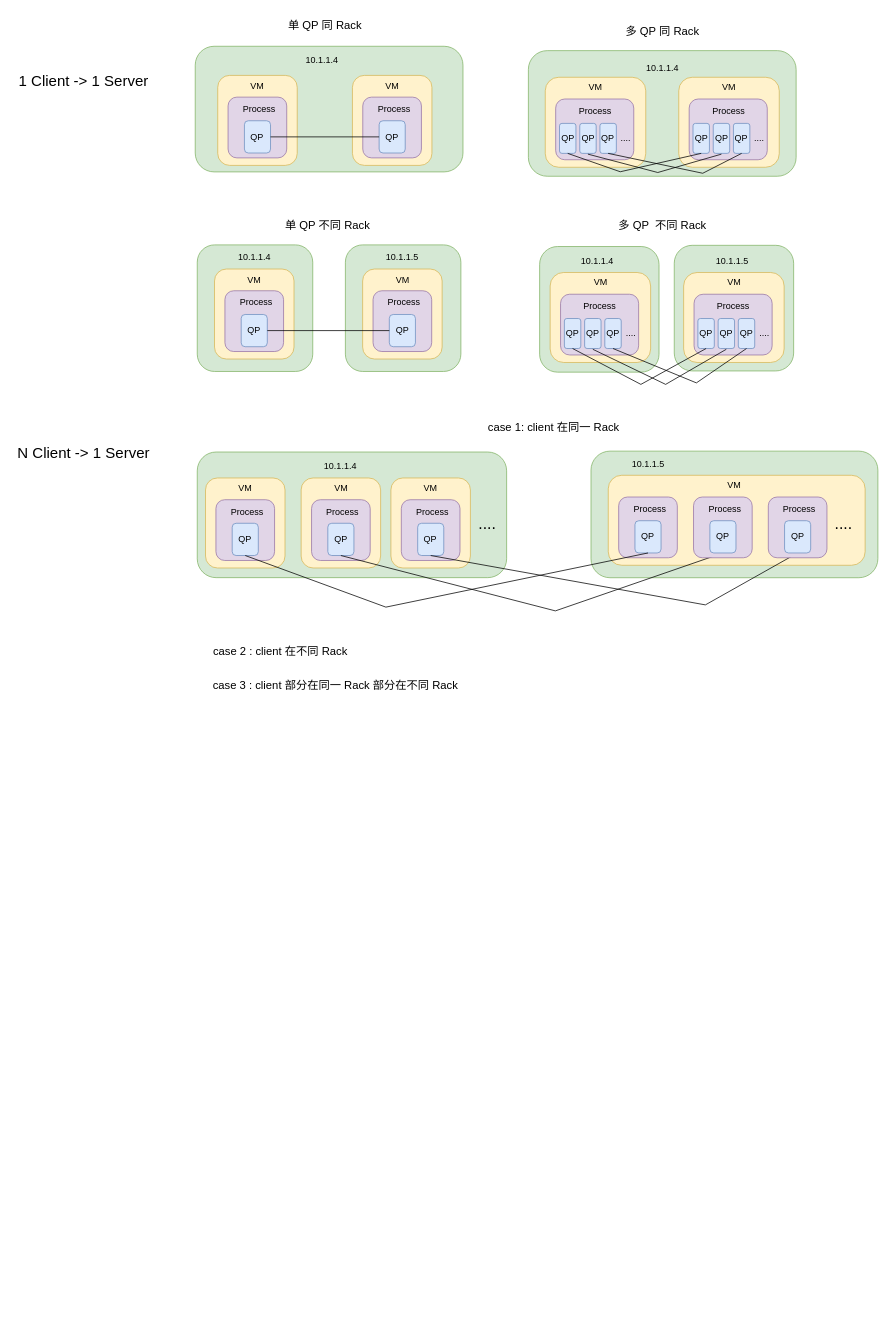
This is topo.drawio from should4/TCU-AutoTest, a draw.io file, before an edit. Source tidied: cells renumbered, new cells numbered last; positions are measured from the earlier drawing's top-left corner, leaving out a move shared by most shapes. Both pictures are drawn from the tidied source at 75%, with x=0, y=0 at pixel (13, 13).
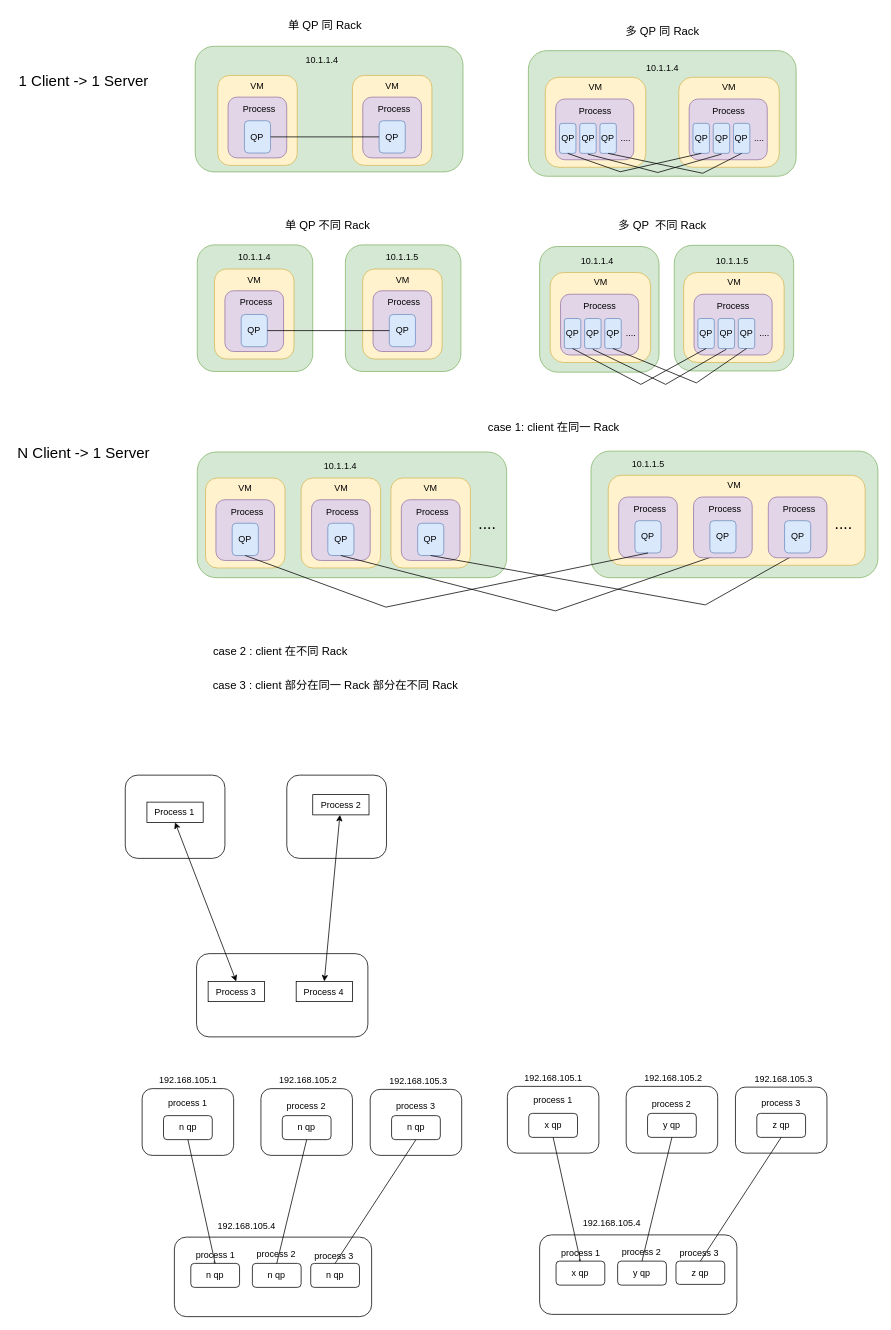
After the change.

The edit, as a diff of the source:
```diff
@@
-<mxGraphModel background="#ffffff">
+<mxGraphModel background="#FFFFFF">
@@
+    <mxCell id="122" style="rounded=1;whiteSpace=wrap;html=1;" parent="1" vertex="1">
+      <mxGeometry x="149.5" y="1016" width="132.9" height="111" as="geometry" />
+    </mxCell>
+    <mxCell id="123" style="rounded=1;whiteSpace=wrap;html=1;" parent="1" vertex="1">
+      <mxGeometry x="364.9" y="1016" width="132.9" height="111" as="geometry" />
+    </mxCell>
+    <mxCell id="124" style="rounded=1;whiteSpace=wrap;html=1;" parent="1" vertex="1">
+      <mxGeometry x="244.6" y="1254" width="228.4" height="111" as="geometry" />
+    </mxCell>
+    <mxCell id="125" value="Process 1" style="rounded=0;whiteSpace=wrap;html=1;" parent="1" vertex="1">
+      <mxGeometry x="178.4" y="1052" width="75" height="27" as="geometry" />
+    </mxCell>
+    <mxCell id="126" value="Process 3" style="rounded=0;whiteSpace=wrap;html=1;" parent="1" vertex="1">
+      <mxGeometry x="260" y="1291" width="75" height="27" as="geometry" />
+    </mxCell>
+    <mxCell id="127" value="Process 2" style="rounded=0;whiteSpace=wrap;html=1;" parent="1" vertex="1">
+      <mxGeometry x="399.5" y="1042" width="75" height="27" as="geometry" />
+    </mxCell>
+    <mxCell id="128" value="Process 4" style="rounded=0;whiteSpace=wrap;html=1;" parent="1" vertex="1">
+      <mxGeometry x="377.4" y="1291" width="75" height="27" as="geometry" />
+    </mxCell>
+    <mxCell id="129" style="endArrow=classic;startArrow=classic;html=1;rounded=0;entryX=0.5;entryY=1;entryDx=0;entryDy=0;exitX=0.5;exitY=0;exitDx=0;exitDy=0;" parent="1" edge="1" source="126" target="125">
+      <mxGeometry relative="1" as="geometry" />
+    </mxCell>
+    <mxCell id="130" style="endArrow=classic;startArrow=classic;html=1;rounded=0;exitX=0.5;exitY=0;exitDx=0;exitDy=0;" parent="1" edge="1" source="128" target="127">
+      <mxGeometry relative="1" as="geometry" />
+    </mxCell>
+    <mxCell id="131" style="rounded=1;whiteSpace=wrap;html=1;" parent="1" vertex="1">
+      <mxGeometry x="172" y="1434" width="122" height="89" as="geometry" />
+    </mxCell>
+    <mxCell id="132" style="rounded=1;whiteSpace=wrap;html=1;" parent="1" vertex="1">
+      <mxGeometry x="215" y="1632" width="263" height="106" as="geometry" />
+    </mxCell>
+    <mxCell id="133" value="n qp" style="rounded=1;whiteSpace=wrap;html=1;" parent="1" vertex="1">
+      <mxGeometry x="200.5" y="1470" width="65" height="32" as="geometry" />
+    </mxCell>
+    <mxCell id="134" value="n qp" style="rounded=1;whiteSpace=wrap;html=1;" parent="1" vertex="1">
+      <mxGeometry x="236.9" y="1667" width="65" height="32" as="geometry" />
+    </mxCell>
+    <mxCell id="135" style="rounded=1;whiteSpace=wrap;html=1;" parent="1" vertex="1">
+      <mxGeometry x="330.4" y="1434" width="122" height="89" as="geometry" />
+    </mxCell>
+    <mxCell id="136" value="n qp" style="rounded=1;whiteSpace=wrap;html=1;" parent="1" vertex="1">
+      <mxGeometry x="358.9" y="1470" width="65" height="32" as="geometry" />
+    </mxCell>
+    <mxCell id="137" value="n qp" style="rounded=1;whiteSpace=wrap;html=1;" parent="1" vertex="1">
+      <mxGeometry x="319" y="1667" width="65" height="32" as="geometry" />
+    </mxCell>
+    <mxCell id="138" value="n qp" style="rounded=1;whiteSpace=wrap;html=1;" parent="1" vertex="1">
+      <mxGeometry x="396.8" y="1667" width="65" height="32" as="geometry" />
+    </mxCell>
+    <mxCell id="139" style="rounded=1;whiteSpace=wrap;html=1;" parent="1" vertex="1">
+      <mxGeometry x="476.1" y="1435" width="122" height="88" as="geometry" />
+    </mxCell>
+    <mxCell id="140" value="n qp" style="rounded=1;whiteSpace=wrap;html=1;" parent="1" vertex="1">
+      <mxGeometry x="504.6" y="1470" width="65" height="32" as="geometry" />
+    </mxCell>
+    <mxCell id="141" style="endArrow=none;html=1;rounded=0;entryX=0.5;entryY=1;entryDx=0;entryDy=0;exitX=0.5;exitY=0;exitDx=0;exitDy=0;" parent="1" edge="1" source="137" target="136">
+      <mxGeometry relative="1" as="geometry" />
+    </mxCell>
+    <mxCell id="142" style="endArrow=none;html=1;rounded=0;entryX=0.5;entryY=1;entryDx=0;entryDy=0;exitX=0.5;exitY=0;exitDx=0;exitDy=0;" parent="1" edge="1" source="138" target="140">
+      <mxGeometry relative="1" as="geometry" />
+    </mxCell>
+    <mxCell id="143" value="process 1" style="text;strokeColor=none;align=center;fillColor=none;html=1;verticalAlign=middle;whiteSpace=wrap;rounded=0;" parent="1" vertex="1">
+      <mxGeometry x="199.2" y="1443" width="67.5" height="19" as="geometry" />
+    </mxCell>
+    <mxCell id="144" value="process 2" style="text;strokeColor=none;align=center;fillColor=none;html=1;verticalAlign=middle;whiteSpace=wrap;rounded=0;" parent="1" vertex="1">
+      <mxGeometry x="362.6" y="1448" width="55.5" height="19" as="geometry" />
+    </mxCell>
+    <mxCell id="145" value="process 3" style="text;strokeColor=none;align=center;fillColor=none;html=1;verticalAlign=middle;whiteSpace=wrap;rounded=0;" parent="1" vertex="1">
+      <mxGeometry x="509.4" y="1447" width="55.5" height="19" as="geometry" />
+    </mxCell>
+    <mxCell id="146" value="process 2" style="text;strokeColor=none;align=center;fillColor=none;html=1;verticalAlign=middle;whiteSpace=wrap;rounded=0;" parent="1" vertex="1">
+      <mxGeometry x="316.5" y="1645" width="67.5" height="19" as="geometry" />
+    </mxCell>
+    <mxCell id="147" value="process 3" style="text;strokeColor=none;align=center;fillColor=none;html=1;verticalAlign=middle;whiteSpace=wrap;rounded=0;" parent="1" vertex="1">
+      <mxGeometry x="394.3" y="1647" width="67.5" height="19" as="geometry" />
+    </mxCell>
+    <mxCell id="148" value="192.168.105.2" style="text;strokeColor=none;align=center;fillColor=none;html=1;verticalAlign=middle;whiteSpace=wrap;rounded=0;" parent="1" vertex="1">
+      <mxGeometry x="350.9" y="1411" width="84.9" height="23" as="geometry" />
+    </mxCell>
+    <mxCell id="149" value="192.168.105.1" style="text;strokeColor=none;align=center;fillColor=none;html=1;verticalAlign=middle;whiteSpace=wrap;rounded=0;" parent="1" vertex="1">
+      <mxGeometry x="190.5" y="1411" width="84.9" height="23" as="geometry" />
+    </mxCell>
+    <mxCell id="150" value="192.168.105.3" style="text;strokeColor=none;align=center;fillColor=none;html=1;verticalAlign=middle;whiteSpace=wrap;rounded=0;" parent="1" vertex="1">
+      <mxGeometry x="497.8" y="1412" width="84.9" height="23" as="geometry" />
+    </mxCell>
+    <mxCell id="151" value="192.168.105.4" style="text;strokeColor=none;align=center;fillColor=none;html=1;verticalAlign=middle;whiteSpace=wrap;rounded=0;" parent="1" vertex="1">
+      <mxGeometry x="268.5" y="1605" width="84.9" height="23" as="geometry" />
+    </mxCell>
+    <mxCell id="152" style="endArrow=none;html=1;rounded=0;entryX=0.5;entryY=1;entryDx=0;entryDy=0;" parent="1" edge="1" source="134">
+      <mxGeometry relative="1" as="geometry">
+        <mxPoint x="268.1" y="1664" as="targetPoint" />
+      </mxGeometry>
+    </mxCell>
+    <mxCell id="153" style="endArrow=none;html=1;rounded=0;entryX=0.5;entryY=1;entryDx=0;entryDy=0;exitX=0.5;exitY=0;exitDx=0;exitDy=0;" parent="1" edge="1" source="134" target="133">
+      <mxGeometry relative="1" as="geometry" />
+    </mxCell>
+    <mxCell id="154" value="process 1" style="text;strokeColor=none;align=center;fillColor=none;html=1;verticalAlign=middle;whiteSpace=wrap;rounded=0;" parent="1" vertex="1">
+      <mxGeometry x="236.1" y="1646" width="67.5" height="19" as="geometry" />
+    </mxCell>
+    <mxCell id="155" style="rounded=1;whiteSpace=wrap;html=1;" parent="1" vertex="1">
+      <mxGeometry x="659" y="1431" width="122" height="89" as="geometry" />
+    </mxCell>
+    <mxCell id="156" style="rounded=1;whiteSpace=wrap;html=1;" parent="1" vertex="1">
+      <mxGeometry x="702" y="1629" width="263" height="106" as="geometry" />
+    </mxCell>
+    <mxCell id="157" value="x qp" style="rounded=1;whiteSpace=wrap;html=1;" parent="1" vertex="1">
+      <mxGeometry x="687.5" y="1467" width="65" height="32" as="geometry" />
+    </mxCell>
+    <mxCell id="158" value="x qp" style="rounded=1;whiteSpace=wrap;html=1;" parent="1" vertex="1">
+      <mxGeometry x="723.9" y="1664" width="65" height="32" as="geometry" />
+    </mxCell>
+    <mxCell id="159" style="rounded=1;whiteSpace=wrap;html=1;" parent="1" vertex="1">
+      <mxGeometry x="817.4" y="1431" width="122" height="89" as="geometry" />
+    </mxCell>
+    <mxCell id="160" value="y qp" style="rounded=1;whiteSpace=wrap;html=1;" parent="1" vertex="1">
+      <mxGeometry x="845.9" y="1467" width="65" height="32" as="geometry" />
+    </mxCell>
+    <mxCell id="161" value="y qp" style="rounded=1;whiteSpace=wrap;html=1;" parent="1" vertex="1">
+      <mxGeometry x="806" y="1664" width="65" height="32" as="geometry" />
+    </mxCell>
+    <mxCell id="162" value="z qp" style="rounded=1;whiteSpace=wrap;html=1;" parent="1" vertex="1">
+      <mxGeometry x="883.8" y="1664" width="65" height="31" as="geometry" />
+    </mxCell>
+    <mxCell id="163" style="rounded=1;whiteSpace=wrap;html=1;" parent="1" vertex="1">
+      <mxGeometry x="963.1" y="1432" width="122" height="88" as="geometry" />
+    </mxCell>
+    <mxCell id="164" value="z qp" style="rounded=1;whiteSpace=wrap;html=1;" parent="1" vertex="1">
+      <mxGeometry x="991.6" y="1467" width="65" height="32" as="geometry" />
+    </mxCell>
+    <mxCell id="165" style="endArrow=none;html=1;rounded=0;entryX=0.5;entryY=1;entryDx=0;entryDy=0;exitX=0.5;exitY=0;exitDx=0;exitDy=0;" parent="1" edge="1" source="161" target="160">
+      <mxGeometry relative="1" as="geometry" />
+    </mxCell>
+    <mxCell id="166" style="endArrow=none;html=1;rounded=0;entryX=0.5;entryY=1;entryDx=0;entryDy=0;exitX=0.5;exitY=0;exitDx=0;exitDy=0;" parent="1" edge="1" source="162" target="164">
+      <mxGeometry relative="1" as="geometry" />
+    </mxCell>
+    <mxCell id="167" value="process 1" style="text;strokeColor=none;align=center;fillColor=none;html=1;verticalAlign=middle;whiteSpace=wrap;rounded=0;" parent="1" vertex="1">
+      <mxGeometry x="686.2" y="1440" width="67.5" height="19" as="geometry" />
+    </mxCell>
+    <mxCell id="168" value="process 2" style="text;strokeColor=none;align=center;fillColor=none;html=1;verticalAlign=middle;whiteSpace=wrap;rounded=0;" parent="1" vertex="1">
+      <mxGeometry x="849.6" y="1445" width="55.5" height="19" as="geometry" />
+    </mxCell>
+    <mxCell id="169" value="process 3" style="text;strokeColor=none;align=center;fillColor=none;html=1;verticalAlign=middle;whiteSpace=wrap;rounded=0;" parent="1" vertex="1">
+      <mxGeometry x="996.4" y="1444" width="55.5" height="19" as="geometry" />
+    </mxCell>
+    <mxCell id="170" value="process 2" style="text;strokeColor=none;align=center;fillColor=none;html=1;verticalAlign=middle;whiteSpace=wrap;rounded=0;" parent="1" vertex="1">
+      <mxGeometry x="803.5" y="1642" width="67.5" height="19" as="geometry" />
+    </mxCell>
+    <mxCell id="171" value="process 3" style="text;strokeColor=none;align=center;fillColor=none;html=1;verticalAlign=middle;whiteSpace=wrap;rounded=0;" parent="1" vertex="1">
+      <mxGeometry x="881.3" y="1644" width="67.5" height="19" as="geometry" />
+    </mxCell>
+    <mxCell id="172" value="192.168.105.2" style="text;strokeColor=none;align=center;fillColor=none;html=1;verticalAlign=middle;whiteSpace=wrap;rounded=0;" parent="1" vertex="1">
+      <mxGeometry x="837.9" y="1408" width="84.9" height="23" as="geometry" />
+    </mxCell>
+    <mxCell id="173" value="192.168.105.1" style="text;strokeColor=none;align=center;fillColor=none;html=1;verticalAlign=middle;whiteSpace=wrap;rounded=0;" parent="1" vertex="1">
+      <mxGeometry x="677.5" y="1408" width="84.9" height="23" as="geometry" />
+    </mxCell>
+    <mxCell id="174" value="192.168.105.3" style="text;strokeColor=none;align=center;fillColor=none;html=1;verticalAlign=middle;whiteSpace=wrap;rounded=0;" parent="1" vertex="1">
+      <mxGeometry x="984.8" y="1409" width="84.9" height="23" as="geometry" />
+    </mxCell>
+    <mxCell id="175" value="192.168.105.4" style="text;strokeColor=none;align=center;fillColor=none;html=1;verticalAlign=middle;whiteSpace=wrap;rounded=0;" parent="1" vertex="1">
+      <mxGeometry x="755.5" y="1602" width="84.9" height="23" as="geometry" />
+    </mxCell>
+    <mxCell id="176" style="endArrow=none;html=1;rounded=0;entryX=0.5;entryY=1;entryDx=0;entryDy=0;" parent="1" edge="1" source="158">
+      <mxGeometry relative="1" as="geometry">
+        <mxPoint x="755.1" y="1661" as="targetPoint" />
+      </mxGeometry>
+    </mxCell>
+    <mxCell id="177" style="endArrow=none;html=1;rounded=0;entryX=0.5;entryY=1;entryDx=0;entryDy=0;exitX=0.5;exitY=0;exitDx=0;exitDy=0;" parent="1" edge="1" source="158" target="157">
+      <mxGeometry relative="1" as="geometry" />
+    </mxCell>
+    <mxCell id="178" value="process 1" style="text;strokeColor=none;align=center;fillColor=none;html=1;verticalAlign=middle;whiteSpace=wrap;rounded=0;" parent="1" vertex="1">
+      <mxGeometry x="723.1" y="1643" width="67.5" height="19" as="geometry" />
+    </mxCell>
```
